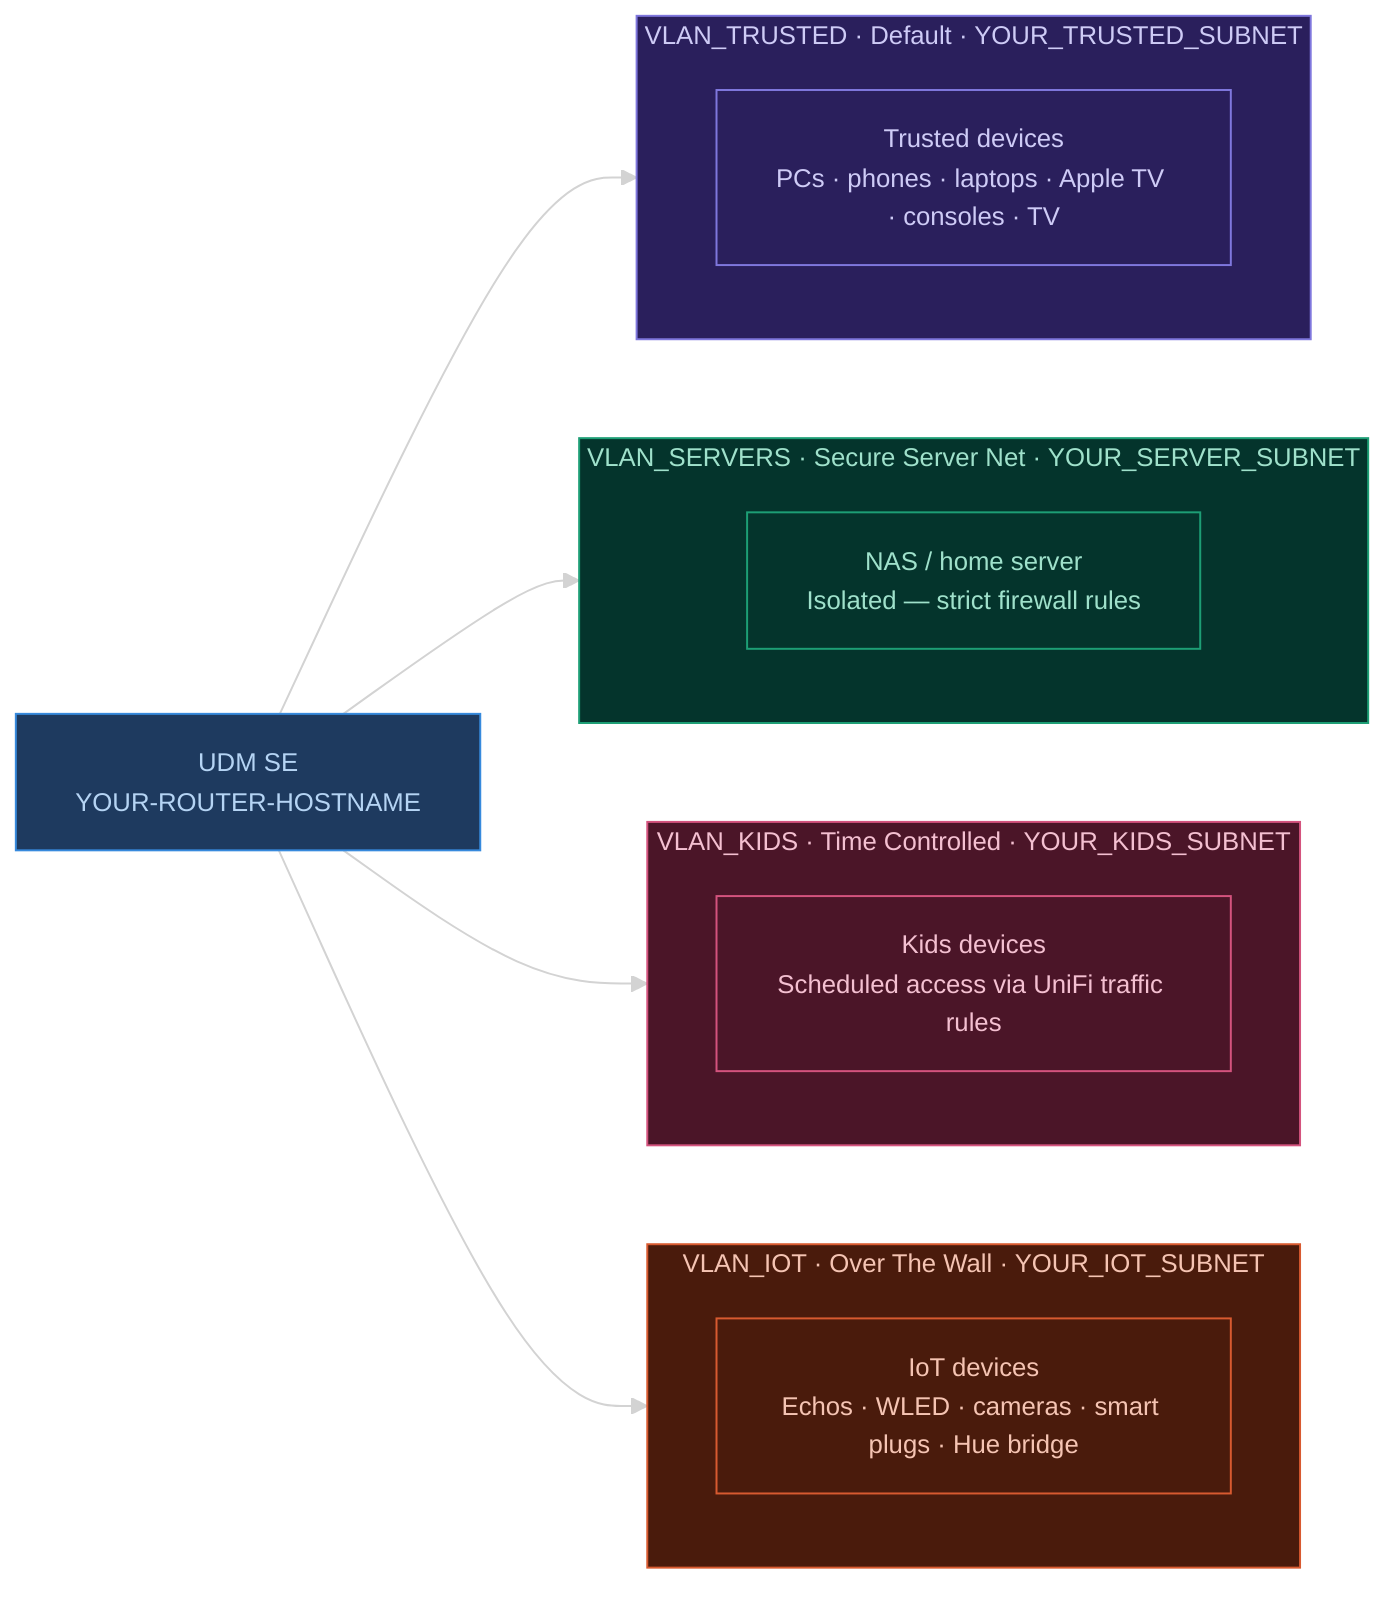
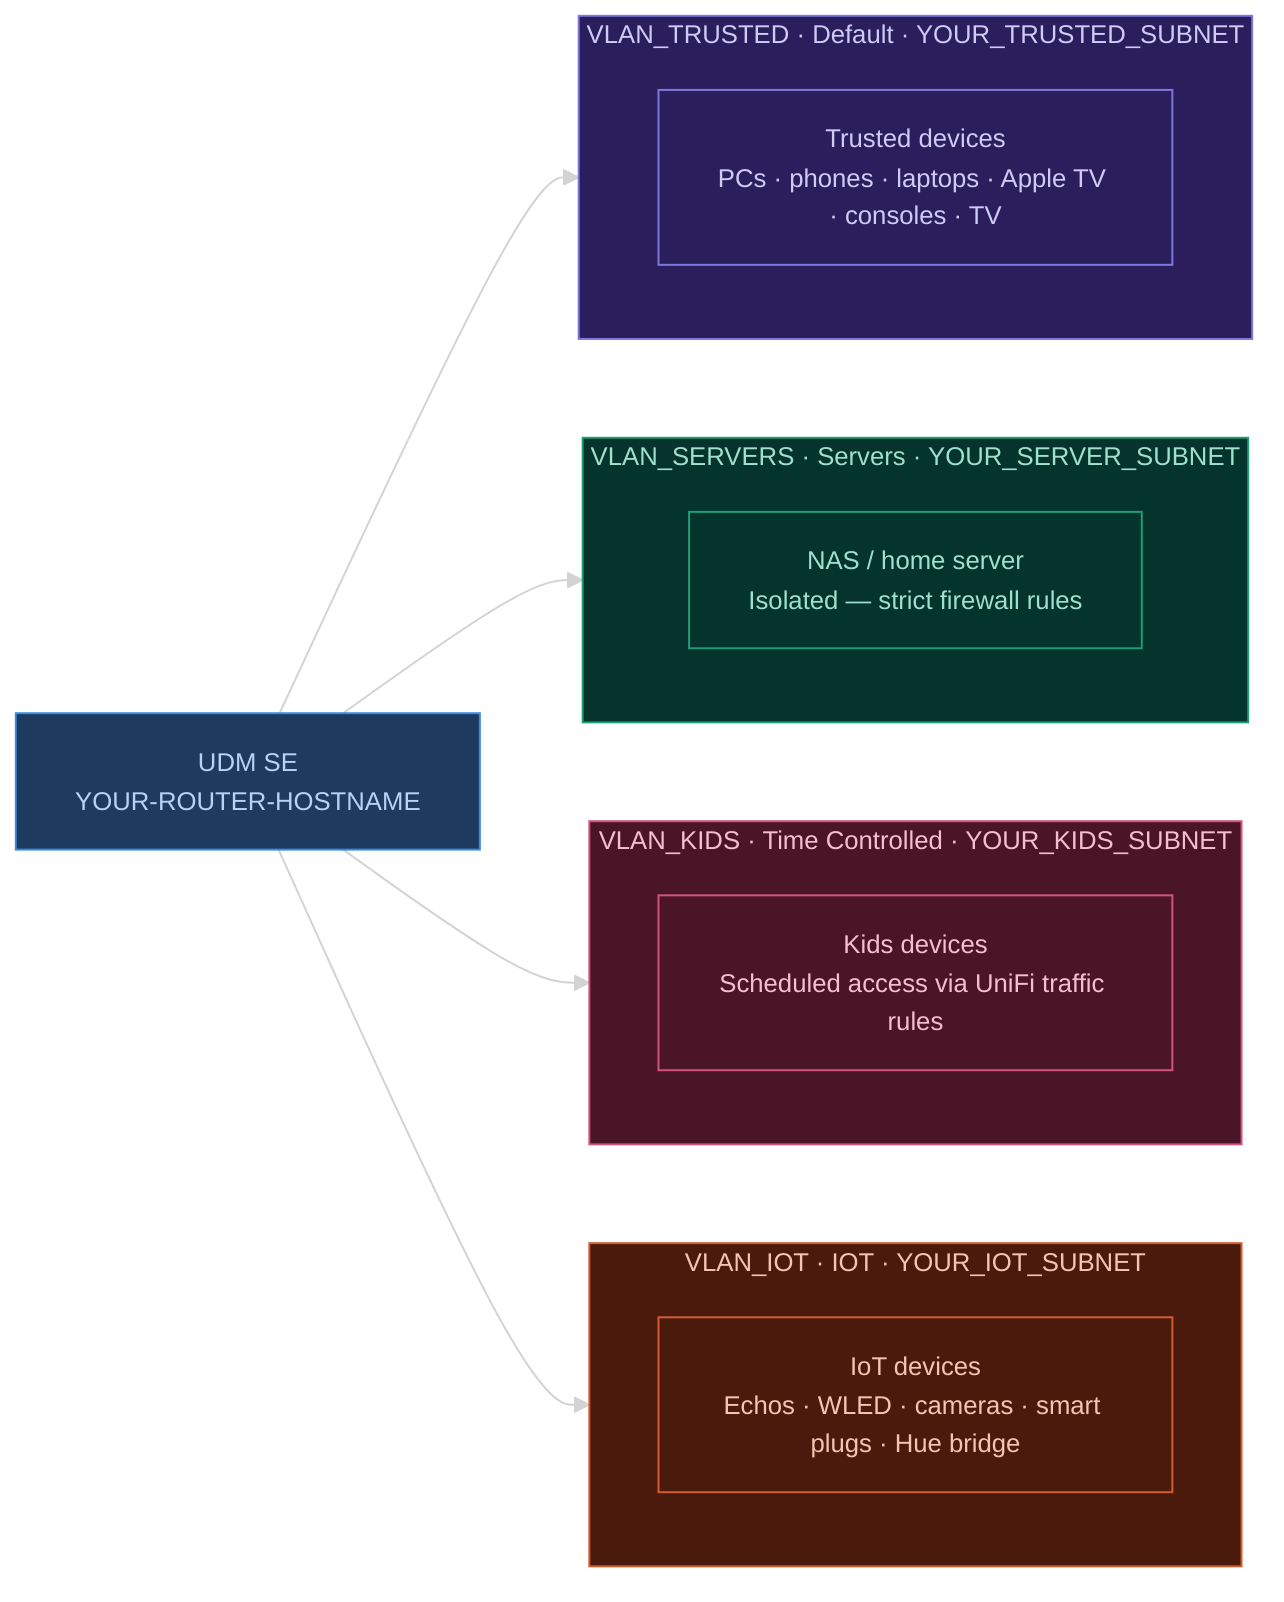
%%{init: {'theme': 'dark', 'themeVariables': {'fontSize': '13px'}}}%%
flowchart LR
  UDM["UDM SE\nYOUR-ROUTER-HOSTNAME"]

  subgraph V1["VLAN_TRUSTED · Default · YOUR_TRUSTED_SUBNET"]
    V1D["Trusted devices\nPCs · phones · laptops · Apple TV · consoles · TV"]
  end

-   subgraph V62["VLAN_SERVERS · Secure Server Net · YOUR_SERVER_SUBNET"]
+   subgraph V62["VLAN_SERVERS · Servers · YOUR_SERVER_SUBNET"]
    V62D["NAS / home server\nIsolated — strict firewall rules"]
  end

  subgraph V64["VLAN_KIDS · Time Controlled · YOUR_KIDS_SUBNET"]
    V64D["Kids devices\nScheduled access via UniFi traffic rules"]
  end

-   subgraph V65["VLAN_IOT · Over The Wall · YOUR_IOT_SUBNET"]
+   subgraph V65["VLAN_IOT · IOT · YOUR_IOT_SUBNET"]
    V65D["IoT devices\nEchos · WLED · cameras · smart plugs · Hue bridge"]
  end

  UDM --> V1
  UDM --> V62
  UDM --> V64
  UDM --> V65

  classDef router  fill:#1e3a5f,stroke:#378add,color:#b5d4f4
  classDef vlan1   fill:#2a1f5c,stroke:#7f77dd,color:#cecbf6
  classDef vlan62  fill:#04342c,stroke:#1d9e75,color:#9fe1cb
  classDef vlan64  fill:#4b1528,stroke:#d4537e,color:#f4c0d1
  classDef vlan65  fill:#4a1b0c,stroke:#d85a30,color:#f5c4b3

  class UDM router
  class V1,V1D vlan1
  class V62,V62D vlan62
  class V64,V64D vlan64
  class V65,V65D vlan65
